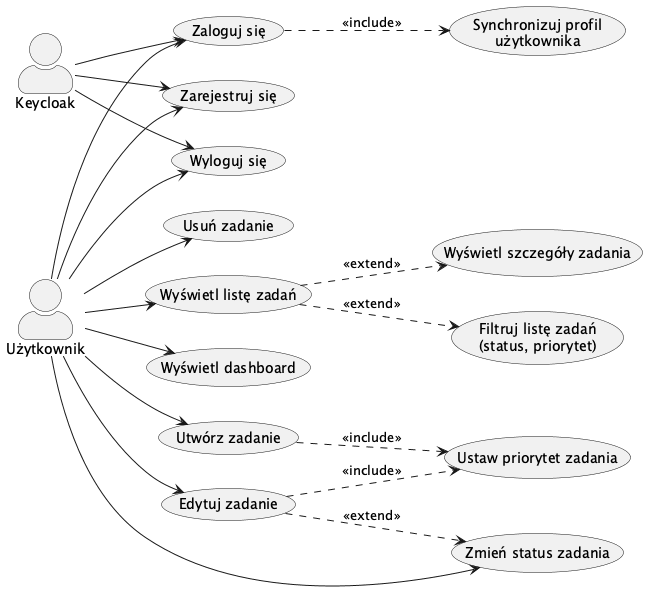
Before: doc/diagrams/use_case_diagram.png, a diagram exported from PlantUML (codingbart/todoapp).
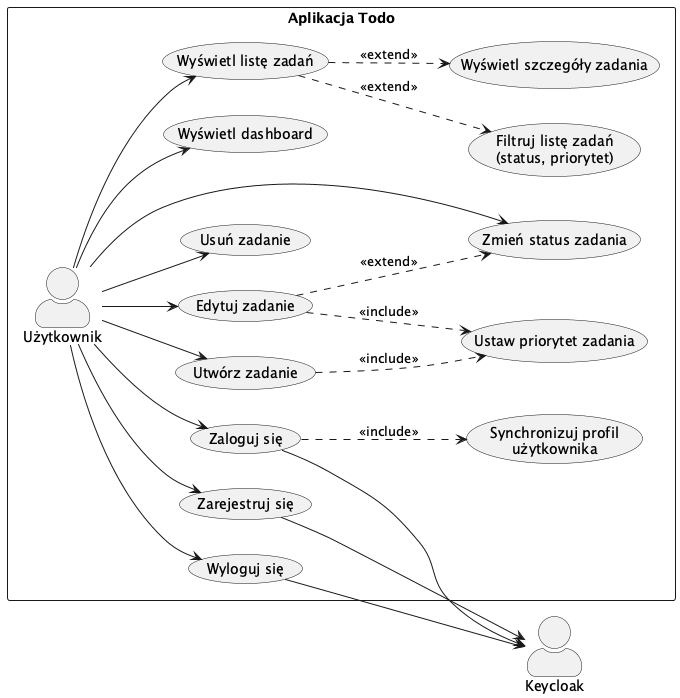
Above is the later version.

Change to the diagram source:
```diff
@@ -1,23 +1,34 @@
 @startuml
 left to right direction
 skinparam actorStyle awesome
+skinparam packageStyle rectangle
 
-actor "Użytkownik" as User
 actor "Keycloak" as KC
 
-usecase "Zaloguj się" as UC1
-usecase "Zarejestruj się" as UC2
-usecase "Wyloguj się" as UC3
-usecase "Utwórz zadanie" as UC4
-usecase "Edytuj zadanie" as UC5
-usecase "Usuń zadanie" as UC6
-usecase "Wyświetl listę zadań" as UC7
-usecase "Filtruj listę zadań\n(status, priorytet)" as UC8
-usecase "Wyświetl dashboard" as UC11
-usecase "Wyświetl szczegóły zadania" as UC12
-usecase "Zmień status zadania" as UC13
-usecase "Ustaw priorytet zadania" as UC14
-usecase "Synchronizuj profil\nużytkownika" as UC15
+rectangle "Aplikacja Todo" {
+    actor "Użytkownik" as User
+
+    usecase "Zaloguj się" as UC1
+    usecase "Zarejestruj się" as UC2
+    usecase "Wyloguj się" as UC3
+    usecase "Utwórz zadanie" as UC4
+    usecase "Edytuj zadanie" as UC5
+    usecase "Usuń zadanie" as UC6
+    usecase "Wyświetl listę zadań" as UC7
+    usecase "Filtruj listę zadań\n(status, priorytet)" as UC8
+    usecase "Wyświetl dashboard" as UC11
+    usecase "Wyświetl szczegóły zadania" as UC12
+    usecase "Zmień status zadania" as UC13
+    usecase "Ustaw priorytet zadania" as UC14
+    usecase "Synchronizuj profil\nużytkownika" as UC15
+
+    UC4 ..> UC14 : <<include>>
+    UC5 ..> UC14 : <<include>>
+    UC5 ..> UC13 : <<extend>>
+    UC7 ..> UC8 : <<extend>>
+    UC7 ..> UC12 : <<extend>>
+    UC1 ..> UC15 : <<include>>
+}
 
 User --> UC1
 User --> UC2
@@ -29,15 +40,8 @@
 User --> UC11
 User --> UC13
 
-UC4 ..> UC14 : <<include>>
-UC5 ..> UC14 : <<include>>
-UC5 ..> UC13 : <<extend>>
-UC7 ..> UC8 : <<extend>>
-UC7 ..> UC12 : <<extend>>
-UC1 ..> UC15 : <<include>>
-
-KC --> UC1
-KC --> UC2
-KC --> UC3
+UC1 --> KC
+UC2 --> KC
+UC3 --> KC
 
 @enduml
```
